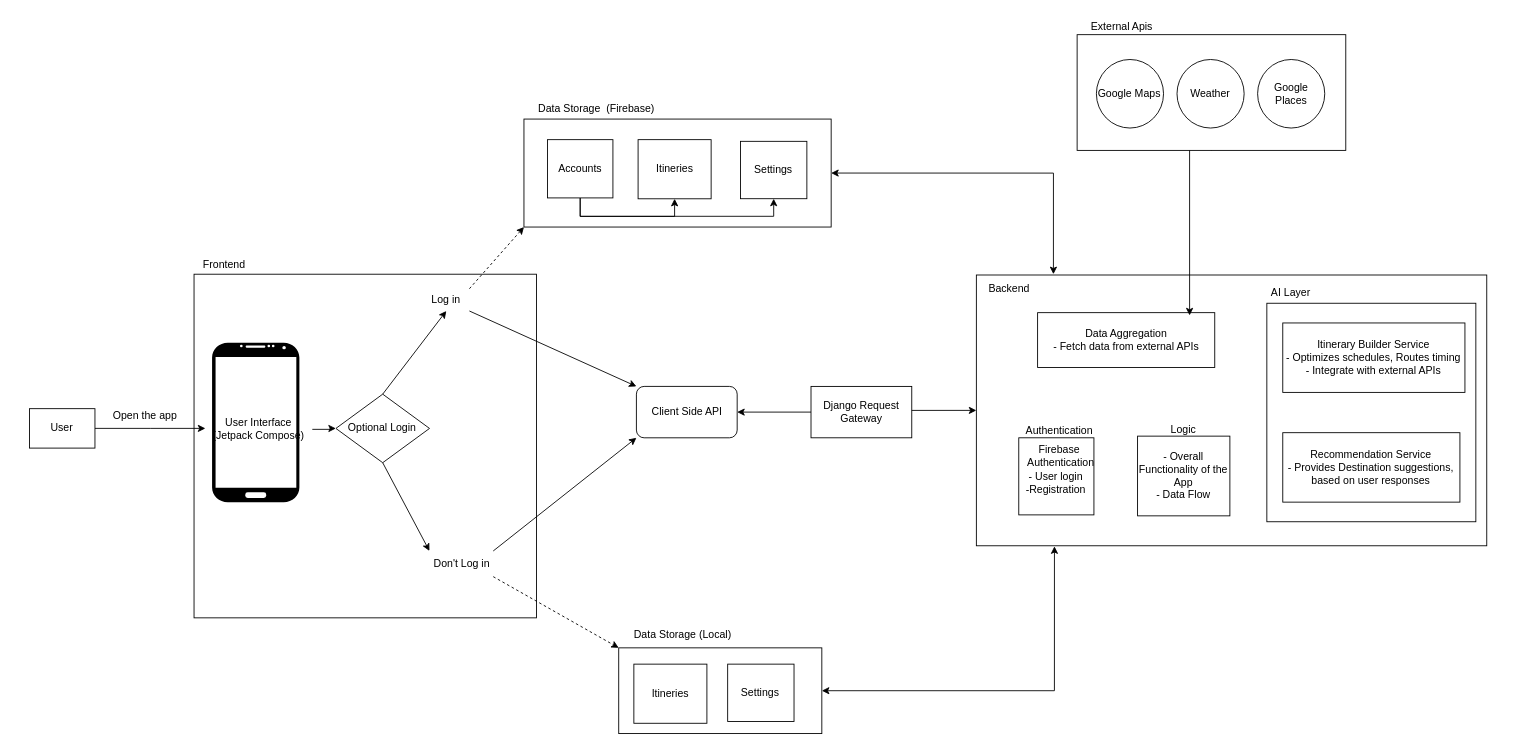
This is Archetecture_Diagram.drawio from smehars/AItinerary, a draw.io file, before an edit. Source tidied: cells renumbered, new cells numbered last; positions are measured from the earlier drawing's top-left corner, leaving out a move shared by most shapes. Both pictures are drawn from the tidied source at 88%, with x=0, y=0 at pixel (29, 15).
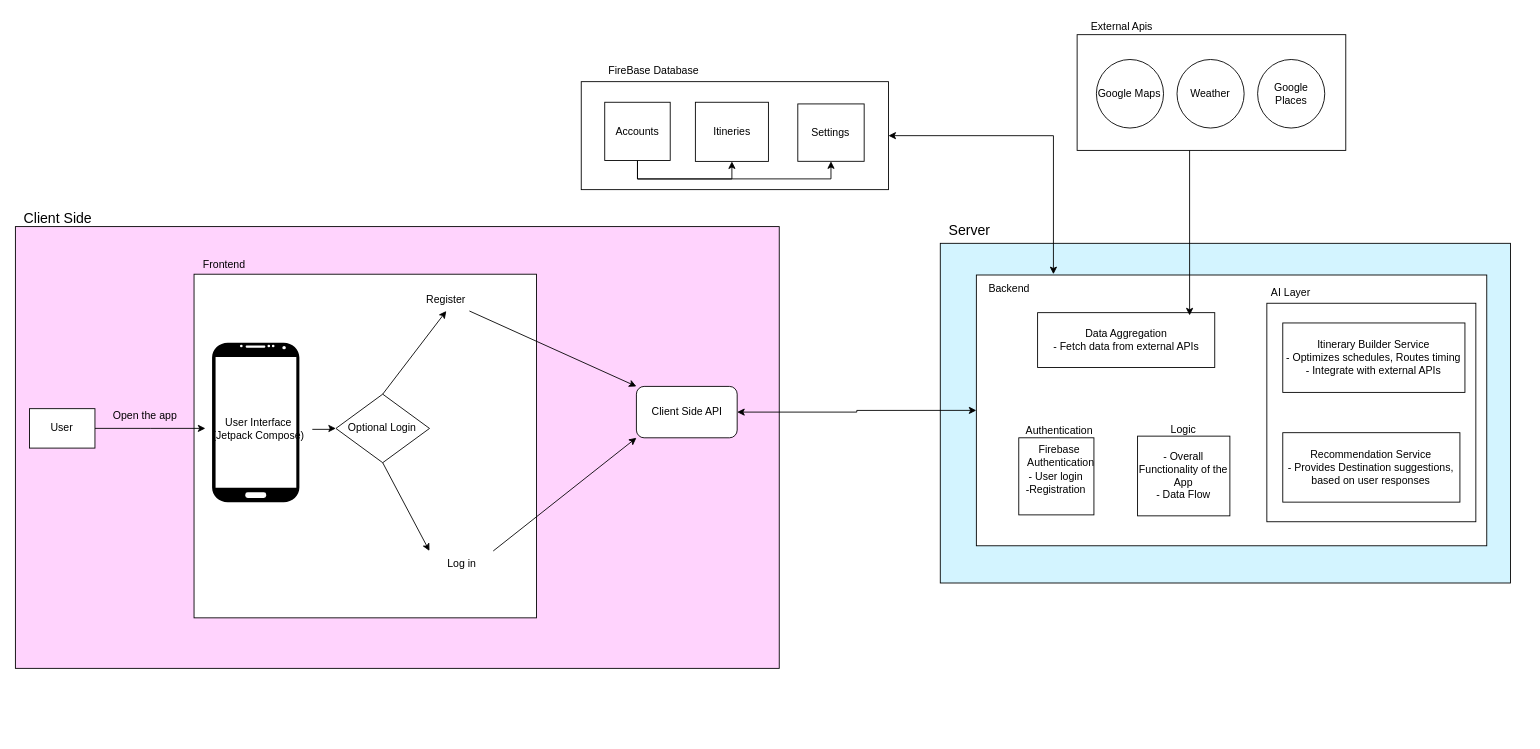
After the change.

Unchanged cells that the change refers to:
```xml
<mxCell id="14" style="whiteSpace=wrap;html=1;" parent="13" vertex="1">
  <mxGeometry y="25.3" width="349.1" height="122.7" as="geometry" />
</mxCell>
<mxCell id="27" style="whiteSpace=wrap;html=1;" parent="26" vertex="1">
  <mxGeometry width="580" height="307.7" as="geometry" />
</mxCell>
```

Diff of the diagram source:
```diff
@@
     <mxCell id="2" style="group;" parent="1" vertex="1">
-      <mxGeometry width="1656" height="816" as="geometry" />
+      <mxGeometry width="1699" height="816" as="geometry" />
     </mxCell>
+    <mxCell id="59" style="whiteSpace=wrap;html=1;fillColor=#D3F4FF;" parent="2" vertex="1">
+      <mxGeometry x="1035" y="259" width="648" height="386" as="geometry" />
+    </mxCell>
+    <mxCell id="60" style="whiteSpace=wrap;html=1;fillColor=#FFD3FD;" parent="2" vertex="1">
+      <mxGeometry x="-16" y="240" width="868" height="502" as="geometry" />
+    </mxCell>
@@
-    <mxCell id="10" value="Don't Log in" style="text;html=1;align=center;verticalAlign=middle;whiteSpace=wrap;rounded=0;" parent="2" vertex="1">
+    <mxCell id="10" value="Log in" style="text;html=1;align=center;verticalAlign=middle;whiteSpace=wrap;rounded=0;" parent="2" vertex="1">
       <mxGeometry x="454.5" y="608.6" width="72.5" height="29.2" as="geometry" />
     </mxCell>
@@
-    <mxCell id="12" value="Log in" style="text;html=1;align=center;verticalAlign=middle;whiteSpace=wrap;rounded=0;" parent="2" vertex="1">
+    <mxCell id="12" value="Register" style="text;html=1;align=center;verticalAlign=middle;whiteSpace=wrap;rounded=0;" parent="2" vertex="1">
       <mxGeometry x="447.4" y="310.6" width="52.5" height="25.3" as="geometry" />
     </mxCell>
     <mxCell id="13" style="group;" parent="2" vertex="1">
-      <mxGeometry x="561.9" y="92.5" width="349.1" height="148" as="geometry" />
+      <mxGeometry x="627" y="50" width="349.1" height="148" as="geometry" />
     </mxCell>
@@
-    <mxCell id="15" value="&lt;div&gt;Data Storage&amp;nbsp; (Firebase)&lt;/div&gt;" style="text;html=1;align=center;verticalAlign=middle;strokeColor=none;fillColor=none;" parent="13" vertex="1">
-      <mxGeometry x="5.7" width="153" height="26" as="geometry" />
+    <mxCell id="15" value="FireBase Database" style="text;html=1;align=center;verticalAlign=middle;strokeColor=none;fillColor=none;" parent="13" vertex="1">
+      <mxGeometry x="21.7" width="121" height="26" as="geometry" />
     </mxCell>
@@
-    <mxCell id="21" style="group;" parent="2" vertex="1">
-      <mxGeometry x="669.6" y="691.4" width="230.8" height="124.6" as="geometry" />
-    </mxCell>
-    <mxCell id="22" style="whiteSpace=wrap;html=1;" parent="21" vertex="1">
-      <mxGeometry y="27.3" width="230.8" height="97.4" as="geometry" />
-    </mxCell>
-    <mxCell id="23" value="&lt;div&gt;Data Storage (Local)&lt;/div&gt;" style="text;html=1;align=center;verticalAlign=middle;strokeColor=none;fillColor=none;" parent="21" vertex="1">
-      <mxGeometry x="8.1" width="129" height="26" as="geometry" />
-    </mxCell>
-    <mxCell id="24" value="Itineries" style="whiteSpace=wrap;html=1;" parent="21" vertex="1">
-      <mxGeometry x="17.2" y="45.8" width="83" height="67.2" as="geometry" />
-    </mxCell>
-    <mxCell id="25" value="Settings" style="whiteSpace=wrap;html=1;" parent="21" vertex="1">
-      <mxGeometry x="123.8" y="45.8" width="75.4" height="65.2" as="geometry" />
-    </mxCell>
@@
-    <mxCell id="40" style="endArrow=classic;html=1;rounded=0;entryX=0;entryY=0;entryDx=0;entryDy=0;exitX=1;exitY=1;exitDx=0;exitDy=0;dashed=1;" parent="2" edge="1" source="10" target="22">
-      <mxGeometry relative="1" as="geometry" />
-    </mxCell>
-    <mxCell id="41" style="edgeStyle=orthogonalEdgeStyle;rounded=0;jettySize=auto;html=1;exitX=1;exitY=0.5;exitDx=0;exitDy=0;entryX=0.153;entryY=1.002;entryDx=0;entryDy=0;entryPerimeter=0;startArrow=classic;startFill=1;" parent="2" edge="1" source="22" target="27">
-      <mxGeometry relative="1" as="geometry" />
-    </mxCell>
@@
-    <mxCell id="43" style="endArrow=classic;html=1;rounded=0;entryX=0;entryY=1;entryDx=0;entryDy=0;exitX=1;exitY=0;exitDx=0;exitDy=0;dashed=1;" parent="2" edge="1" source="12" target="14">
-      <mxGeometry relative="1" as="geometry" />
-    </mxCell>
-    <mxCell id="44" value="Django Request Gateway" style="rounded=0;whiteSpace=wrap;html=1;" parent="2" vertex="1">
-      <mxGeometry x="888.1" y="421.6" width="114.5" height="58.4" as="geometry" />
-    </mxCell>
@@
+    <mxCell id="61" value="Client Side" style="text;html=1;align=center;verticalAlign=middle;strokeColor=none;fillColor=none;fontSize=16;" parent="2" vertex="1">
+      <mxGeometry x="-16" y="214" width="95" height="31" as="geometry" />
+    </mxCell>
+    <mxCell id="62" value="Server" style="text;html=1;align=center;verticalAlign=middle;strokeColor=none;fillColor=none;fontSize=16;" parent="2" vertex="1">
+      <mxGeometry x="1035" y="228" width="65" height="31" as="geometry" />
+    </mxCell>
```
